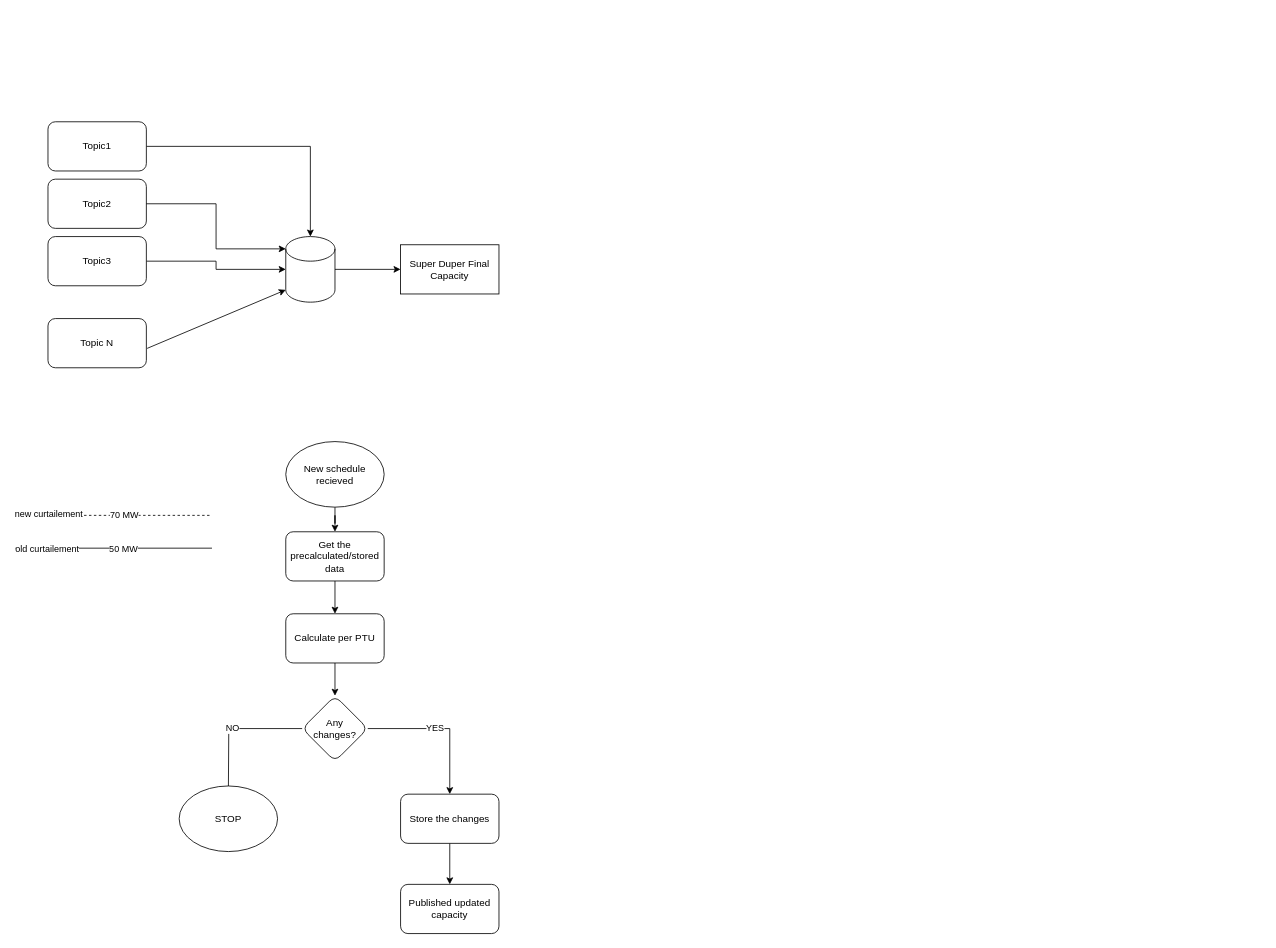
Before: BaCo.drawio in dmiv-eneco/diagrams, a draw.io diagram. Source tidied: cells renumbered, new cells numbered last; positions are measured from the earlier drawing's top-left corner, leaving out a move shared by most shapes. Both pictures are drawn from the tidied source at 82%, with x=0, y=0 at pixel (15, 121).
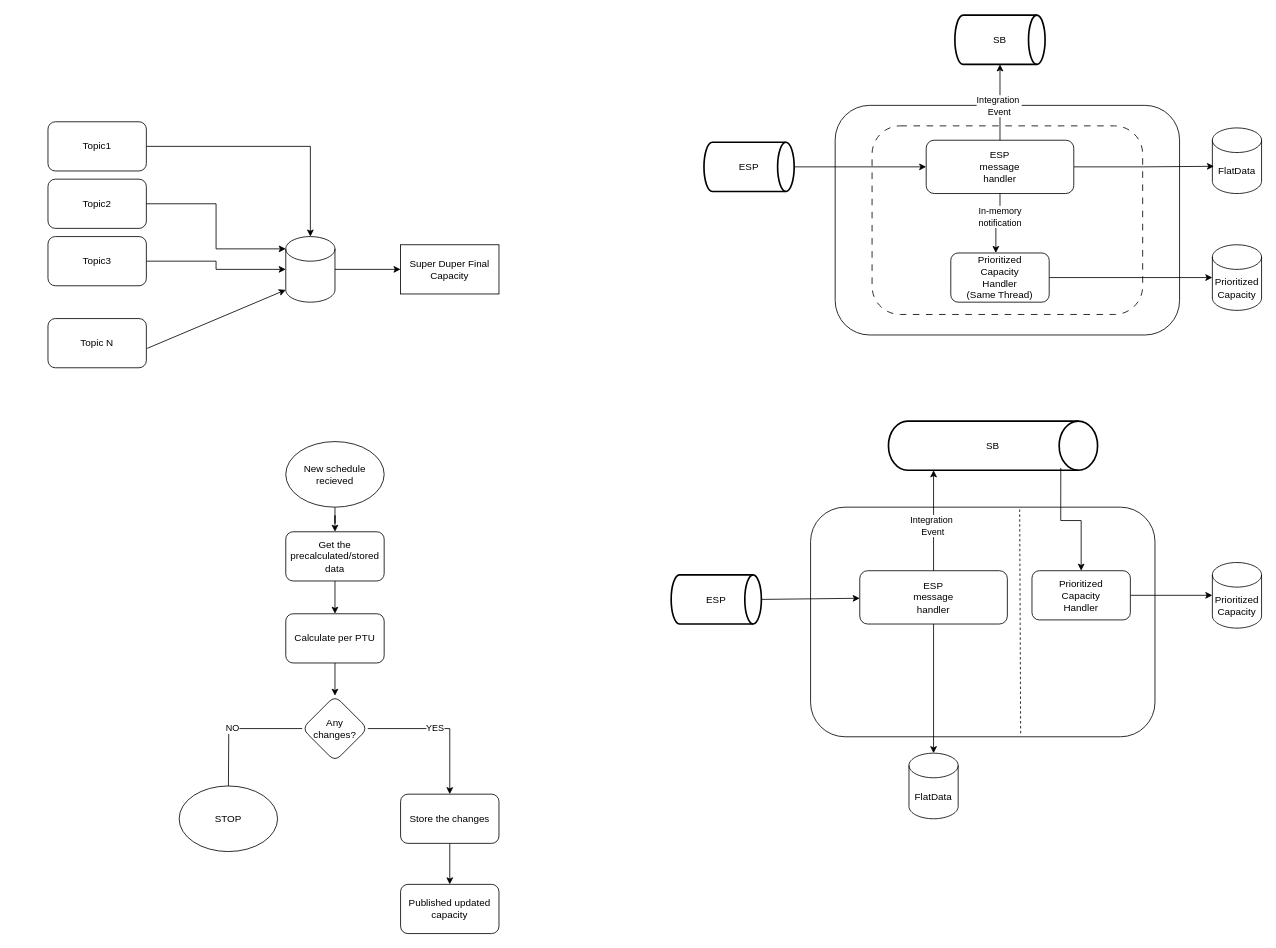
Above is the later version.

Change to the diagram source:
```diff
@@
+    <mxCell id="33" style="rounded=1;whiteSpace=wrap;html=1;" parent="1" vertex="1">
+      <mxGeometry x="1000" y="-20" width="420" height="280" as="geometry" />
+    </mxCell>
+    <mxCell id="34" style="rounded=1;whiteSpace=wrap;html=1;dashed=1;dashPattern=8 8;" parent="1" vertex="1">
+      <mxGeometry x="1045" y="5" width="330" height="230" as="geometry" />
+    </mxCell>
@@
-    <mxCell id="27" style="endArrow=none;html=1;rounded=0;" parent="1" edge="1">
-      <mxGeometry relative="1" as="geometry">
-        <mxPoint y="520" as="sourcePoint" />
-        <mxPoint x="240" y="520" as="targetPoint" />
-      </mxGeometry>
-    </mxCell>
-    <mxCell id="28" value="50 MW" style="edgeLabel;html=1;align=center;verticalAlign=middle;" parent="27" vertex="1">
-      <mxGeometry x="0.09" relative="1" as="geometry" />
-    </mxCell>
-    <mxCell id="29" value="old curtailement" style="edgeLabel;html=1;align=center;verticalAlign=middle;" parent="27" vertex="1">
-      <mxGeometry x="-0.68" relative="1" as="geometry" />
-    </mxCell>
-    <mxCell id="30" style="endArrow=none;dashed=1;html=1;rounded=0;" parent="1" edge="1">
-      <mxGeometry relative="1" as="geometry">
-        <mxPoint y="480" as="sourcePoint" />
-        <mxPoint x="240" y="480" as="targetPoint" />
-      </mxGeometry>
-    </mxCell>
-    <mxCell id="31" value="70 MW" style="edgeLabel;html=1;align=center;verticalAlign=middle;" parent="30" vertex="1">
-      <mxGeometry x="0.1" y="1" relative="1" as="geometry" />
-    </mxCell>
-    <mxCell id="32" value="new curtailement" style="edgeLabel;html=1;align=center;verticalAlign=middle;" parent="30" vertex="1">
-      <mxGeometry x="-0.53" y="2" relative="1" as="geometry">
-        <mxPoint x="-16" as="offset" />
-      </mxGeometry>
-    </mxCell>
+    <mxCell id="35" value="ESP" style="strokeWidth=2;html=1;shape=mxgraph.flowchart.direct_data;whiteSpace=wrap;" parent="1" vertex="1">
+      <mxGeometry x="840" y="25" width="110" height="60" as="geometry" />
+    </mxCell>
+    <mxCell id="36" value="FlatData" style="shape=cylinder3;whiteSpace=wrap;html=1;boundedLbl=1;backgroundOutline=1;size=15;" parent="1" vertex="1">
+      <mxGeometry x="1460" y="7.5" width="60" height="80" as="geometry" />
+    </mxCell>
+    <mxCell id="37" style="rounded=0;jettySize=auto;html=1;endArrow=none;startFill=1;entryX=1;entryY=0.5;entryDx=0;entryDy=0;entryPerimeter=0;endFill=1;startArrow=classic;" parent="1" edge="1" source="40" target="35">
+      <mxGeometry relative="1" as="geometry" />
+    </mxCell>
+    <mxCell id="38" style="edgeStyle=orthogonalEdgeStyle;rounded=0;jettySize=auto;html=1;entryX=0.033;entryY=0.585;entryDx=0;entryDy=0;entryPerimeter=0;" parent="1" edge="1" source="40" target="36">
+      <mxGeometry relative="1" as="geometry" />
+    </mxCell>
+    <mxCell id="39" value="SB" style="strokeWidth=2;html=1;shape=mxgraph.flowchart.direct_data;whiteSpace=wrap;" parent="1" vertex="1">
+      <mxGeometry x="1146" y="-130" width="110" height="60" as="geometry" />
+    </mxCell>
+    <mxCell id="40" value="ESP&lt;div&gt;message&lt;/div&gt;&lt;div&gt;handler&lt;/div&gt;" style="rounded=1;whiteSpace=wrap;html=1;" parent="1" vertex="1">
+      <mxGeometry x="1111" y="22.5" width="180" height="65" as="geometry" />
+    </mxCell>
+    <mxCell id="41" style="edgeStyle=orthogonalEdgeStyle;rounded=0;jettySize=auto;html=1;entryX=0.5;entryY=1;entryDx=0;entryDy=0;entryPerimeter=0;" parent="1" edge="1" source="40" target="39">
+      <mxGeometry relative="1" as="geometry" />
+    </mxCell>
+    <mxCell id="42" value="Integration&amp;nbsp;&lt;div&gt;Event&lt;/div&gt;" style="edgeLabel;html=1;align=center;verticalAlign=middle;" parent="41" vertex="1">
+      <mxGeometry x="-0.1" y="2" relative="1" as="geometry" />
+    </mxCell>
+    <mxCell id="43" style="edgeStyle=orthogonalEdgeStyle;rounded=0;jettySize=auto;html=1;" parent="1" edge="1" source="44" target="45">
+      <mxGeometry relative="1" as="geometry" />
+    </mxCell>
+    <mxCell id="44" value="Prioritized&lt;div&gt;Capacity&lt;/div&gt;&lt;div&gt;Handler&lt;/div&gt;&lt;div&gt;(Same Thread)&lt;/div&gt;" style="rounded=1;whiteSpace=wrap;html=1;" parent="1" vertex="1">
+      <mxGeometry x="1141" y="160" width="120" height="60" as="geometry" />
+    </mxCell>
+    <mxCell id="45" value="Prioritized&lt;div&gt;Capacity&lt;/div&gt;" style="shape=cylinder3;whiteSpace=wrap;html=1;boundedLbl=1;backgroundOutline=1;size=15;" parent="1" vertex="1">
+      <mxGeometry x="1460" y="150" width="60" height="80" as="geometry" />
+    </mxCell>
+    <mxCell id="46" style="edgeStyle=orthogonalEdgeStyle;rounded=0;jettySize=auto;html=1;entryX=0.458;entryY=0;entryDx=0;entryDy=0;entryPerimeter=0;" parent="1" edge="1" source="40" target="44">
+      <mxGeometry relative="1" as="geometry" />
+    </mxCell>
+    <mxCell id="47" value="In-memory&lt;div&gt;notification&lt;/div&gt;" style="edgeLabel;html=1;align=center;verticalAlign=middle;" parent="46" vertex="1">
+      <mxGeometry x="-0.29" y="-1" relative="1" as="geometry" />
+    </mxCell>
+    <mxCell id="48" style="rounded=1;whiteSpace=wrap;html=1;" parent="1" vertex="1">
+      <mxGeometry x="970" y="470" width="420" height="280" as="geometry" />
+    </mxCell>
+    <mxCell id="49" value="ESP" style="strokeWidth=2;html=1;shape=mxgraph.flowchart.direct_data;whiteSpace=wrap;" parent="1" vertex="1">
+      <mxGeometry x="800" y="552.5" width="110" height="60" as="geometry" />
+    </mxCell>
+    <mxCell id="50" value="FlatData" style="shape=cylinder3;whiteSpace=wrap;html=1;boundedLbl=1;backgroundOutline=1;size=15;" parent="1" vertex="1">
+      <mxGeometry x="1090" y="770" width="60" height="80" as="geometry" />
+    </mxCell>
+    <mxCell id="51" style="rounded=0;jettySize=auto;html=1;endArrow=none;startFill=1;entryX=1;entryY=0.5;entryDx=0;entryDy=0;entryPerimeter=0;endFill=1;startArrow=classic;" parent="1" edge="1" source="52" target="49">
+      <mxGeometry relative="1" as="geometry" />
+    </mxCell>
+    <mxCell id="52" value="ESP&lt;div&gt;message&lt;/div&gt;&lt;div&gt;handler&lt;/div&gt;" style="rounded=1;whiteSpace=wrap;html=1;" parent="1" vertex="1">
+      <mxGeometry x="1030" y="547.5" width="180" height="65" as="geometry" />
+    </mxCell>
+    <mxCell id="53" style="edgeStyle=orthogonalEdgeStyle;rounded=0;jettySize=auto;html=1;entryX=0.5;entryY=0;entryDx=0;entryDy=0;entryPerimeter=0;" parent="1" edge="1" source="52" target="50">
+      <mxGeometry relative="1" as="geometry" />
+    </mxCell>
+    <mxCell id="54" value="SB" style="strokeWidth=2;html=1;shape=mxgraph.flowchart.direct_data;whiteSpace=wrap;" parent="1" vertex="1">
+      <mxGeometry x="1065" y="365" width="255" height="60" as="geometry" />
+    </mxCell>
+    <mxCell id="55" style="edgeStyle=orthogonalEdgeStyle;rounded=0;jettySize=auto;html=1;" parent="1" edge="1" source="52">
+      <mxGeometry relative="1" as="geometry">
+        <mxPoint x="1120" y="425" as="targetPoint" />
+        <Array as="points">
+          <mxPoint x="1120" y="425" />
+        </Array>
+      </mxGeometry>
+    </mxCell>
+    <mxCell id="56" value="Integration&amp;nbsp;&lt;div&gt;Event&lt;/div&gt;" style="edgeLabel;html=1;align=center;verticalAlign=middle;" parent="55" vertex="1">
+      <mxGeometry x="-0.1" y="2" relative="1" as="geometry" />
+    </mxCell>
+    <mxCell id="57" style="edgeStyle=orthogonalEdgeStyle;rounded=0;jettySize=auto;html=1;" parent="1" edge="1" source="58" target="59">
+      <mxGeometry relative="1" as="geometry" />
+    </mxCell>
+    <mxCell id="58" value="Prioritized&lt;div&gt;Capacity&lt;/div&gt;&lt;div&gt;Handler&lt;/div&gt;" style="rounded=1;whiteSpace=wrap;html=1;" parent="1" vertex="1">
+      <mxGeometry x="1240" y="547.5" width="120" height="60" as="geometry" />
+    </mxCell>
+    <mxCell id="59" value="Prioritized&lt;div&gt;Capacity&lt;/div&gt;" style="shape=cylinder3;whiteSpace=wrap;html=1;boundedLbl=1;backgroundOutline=1;size=15;" parent="1" vertex="1">
+      <mxGeometry x="1460" y="537.5" width="60" height="80" as="geometry" />
+    </mxCell>
+    <mxCell id="60" style="edgeStyle=orthogonalEdgeStyle;rounded=0;jettySize=auto;html=1;entryX=0.824;entryY=0.954;entryDx=0;entryDy=0;entryPerimeter=0;endArrow=none;startFill=1;startArrow=classic;" parent="1" edge="1" source="58" target="54">
+      <mxGeometry relative="1" as="geometry" />
+    </mxCell>
+    <mxCell id="61" style="endArrow=none;dashed=1;html=1;rounded=0;exitX=0.61;exitY=0.985;exitDx=0;exitDy=0;exitPerimeter=0;" parent="1" edge="1" source="48">
+      <mxGeometry relative="1" as="geometry">
+        <mxPoint x="1225" y="470" as="targetPoint" />
+      </mxGeometry>
+    </mxCell>
```
